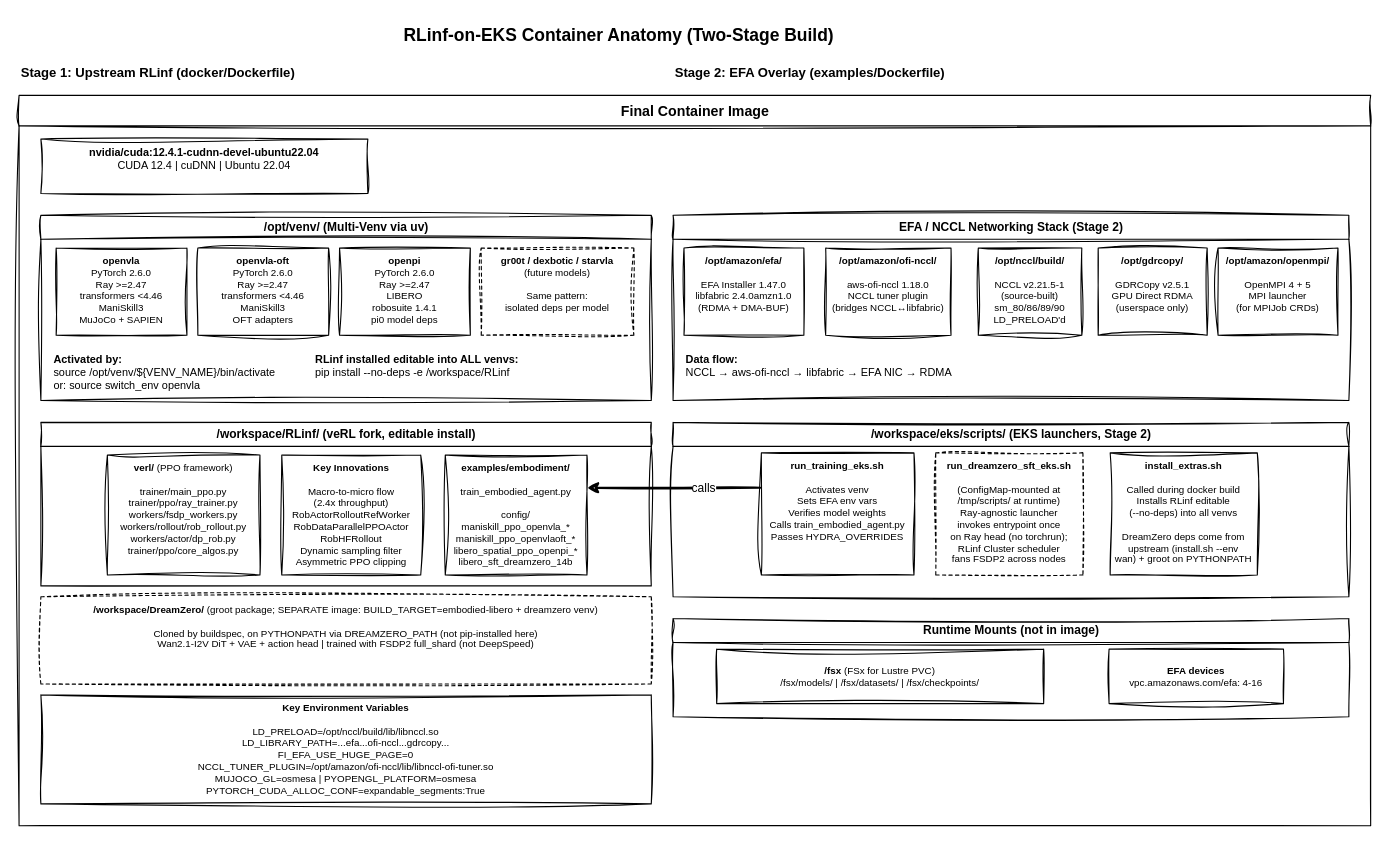
Earlier version of the draw.io diagram examples/diagrams/container-anatomy.drawio (aws-samples/sample-rlinf-on-eks). Source tidied: cells renumbered, new cells numbered last; positions are measured from the earlier drawing's top-left corner, leaving out a move shared by most shapes. Both pictures are drawn from the tidied source at 109%, with x=0, y=0 at pixel (19, 19).
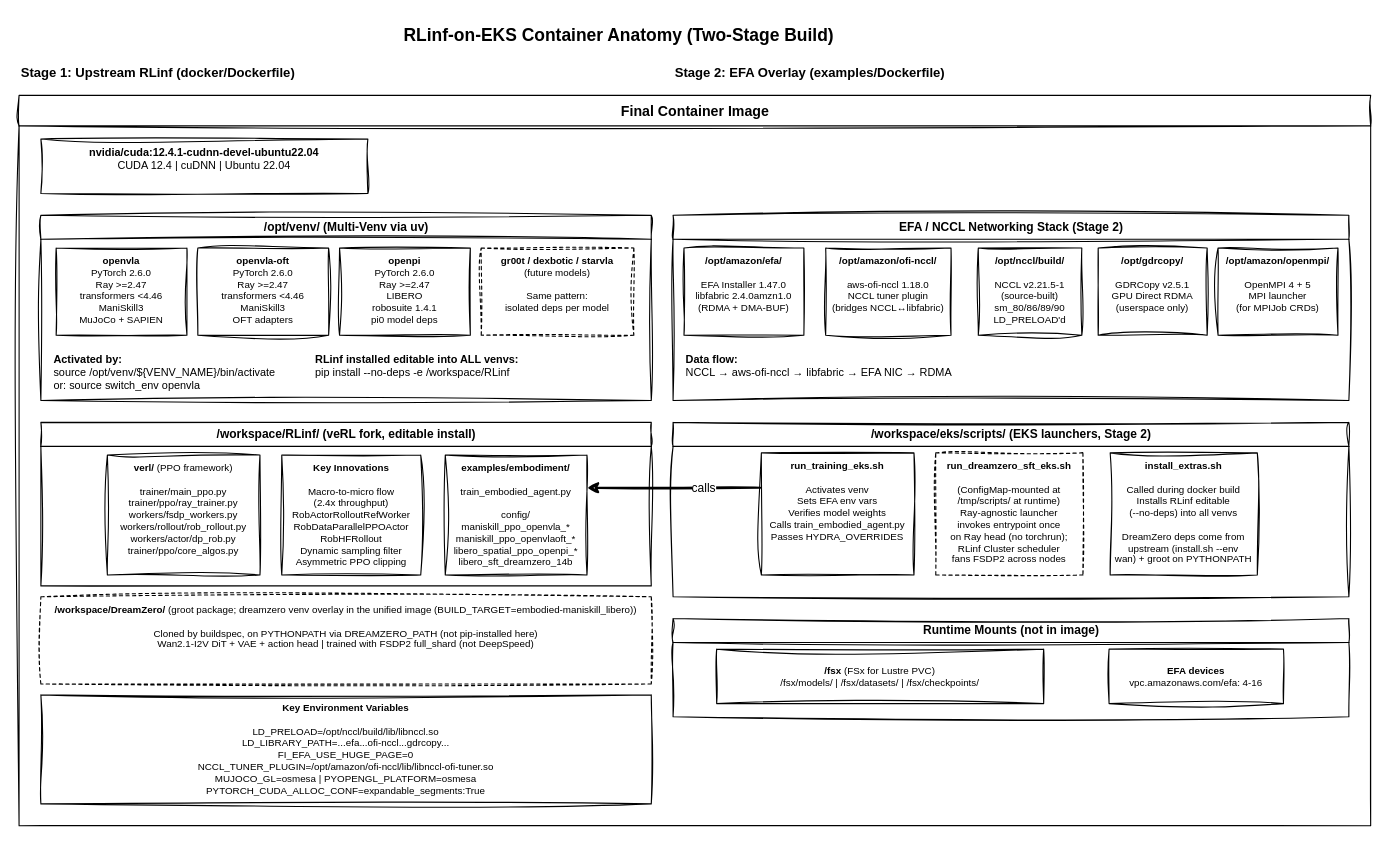
After the change.

Commit message (it also covers changes not shown here):
chore: v0.3 bump + unified single-image + doc/diagram updates

The change refers to these unchanged cells:
```xml
<mxCell id="5" value="Final Container Image" style="swimlane;startSize=28;html=1;fontSize=13;fontStyle=1;rounded=0;arcSize=4;labelBackgroundColor=none;sketch=1;curveFitting=1;jiggle=2;" parent="1" vertex="1">
  <mxGeometry y="70" width="1240" height="670" as="geometry" />
</mxCell>
```

Diff of the diagram source:
```diff
@@
-    <mxCell id="18" value="&lt;b&gt;/workspace/DreamZero/&lt;/b&gt; (groot package; SEPARATE image: BUILD_TARGET=embodied-libero + dreamzero venv)&lt;br&gt;&lt;br&gt;Cloned by buildspec, on PYTHONPATH via DREAMZERO_PATH (not pip-installed here)&lt;br&gt;Wan2.1-I2V DiT + VAE + action head | trained with FSDP2 full_shard (not DeepSpeed)" style="rounded=0;whiteSpace=wrap;html=1;fontSize=9;verticalAlign=top;dashed=1;labelBackgroundColor=none;sketch=1;curveFitting=1;jiggle=2;" parent="5" vertex="1">
+    <mxCell id="18" value="&lt;b&gt;/workspace/DreamZero/&lt;/b&gt; (groot package; dreamzero venv overlay in the unified image (BUILD_TARGET=embodied-maniskill_libero))&lt;br&gt;&lt;br&gt;Cloned by buildspec, on PYTHONPATH via DREAMZERO_PATH (not pip-installed here)&lt;br&gt;Wan2.1-I2V DiT + VAE + action head | trained with FSDP2 full_shard (not DeepSpeed)" style="rounded=0;whiteSpace=wrap;html=1;fontSize=9;verticalAlign=top;dashed=1;labelBackgroundColor=none;sketch=1;curveFitting=1;jiggle=2;" parent="5" vertex="1">
       <mxGeometry x="20" y="460" width="560" height="80" as="geometry" />
     </mxCell>
```
